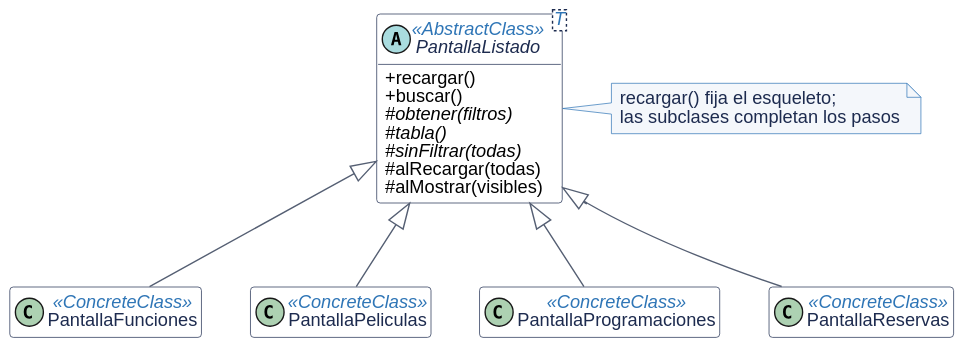
This is _other/docs/diagramas/patron-template-method-listado.svg from andreiveisuade/cine-uade, a PlantUML export, as it was before one commit.
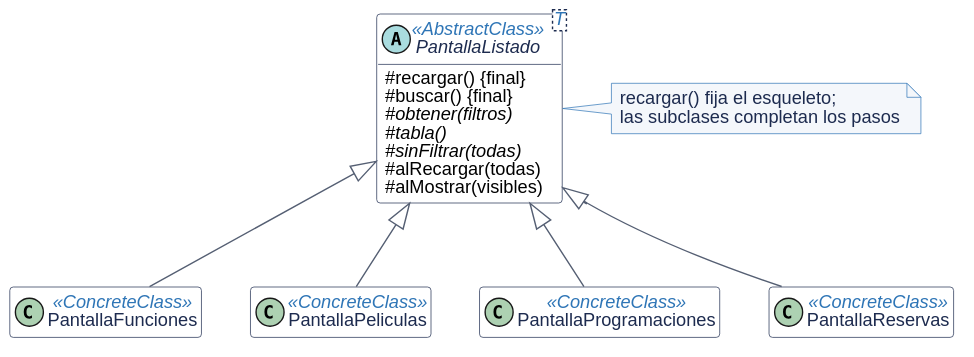
The same file after the commit.

Commit message:
docs(diagramas): el esqueleto del listado es protegido y final como en el codigo

What changed in the source:
```diff
@@ -1,8 +1,8 @@
 @startuml
 !include _estilo-patrones.iuml
 abstract class "PantallaListado<T>" as PantallaListado <<AbstractClass>> {
-  + recargar()
-  + buscar()
+  # recargar() {final}
+  # buscar() {final}
   # {abstract} obtener(filtros)
   # {abstract} tabla()
   # {abstract} sinFiltrar(todas)
```
